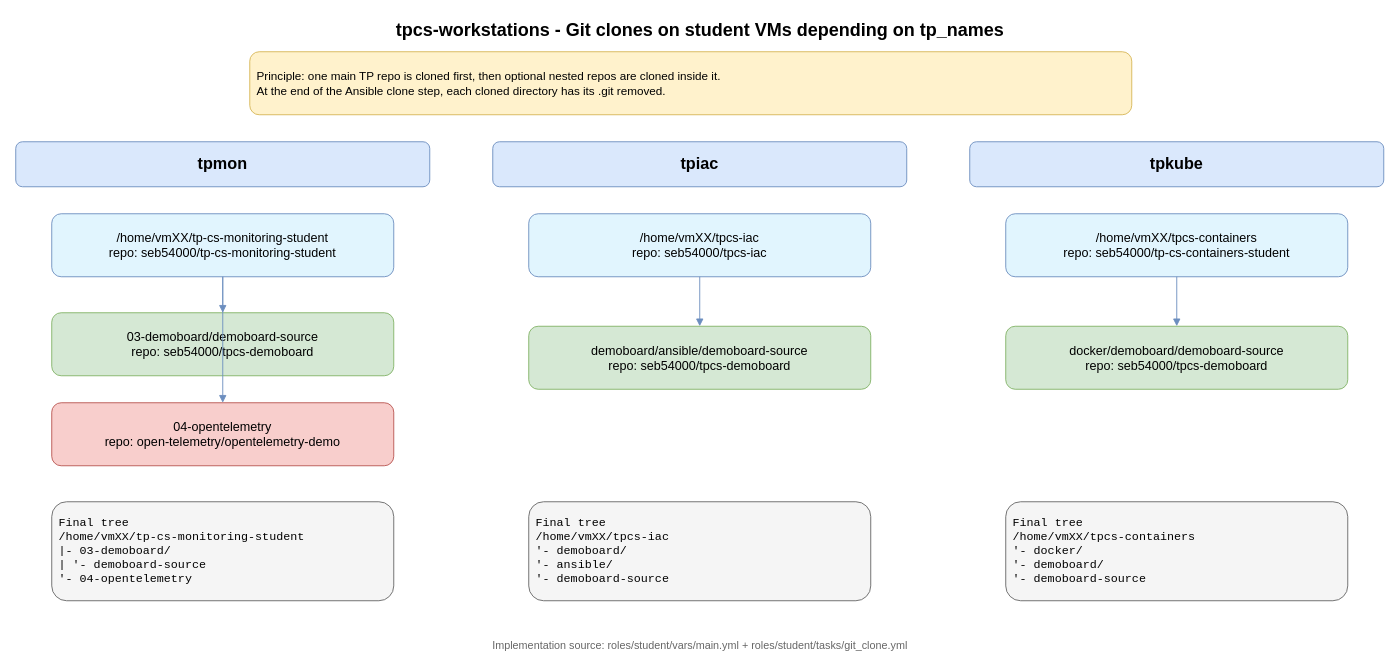
Above: git-clones-by-tp.drawio in seb54000/tpcs-workstations (draw.io), before the change. Source tidied: cells renumbered, new cells numbered last; positions are measured from the earlier drawing's top-left corner, leaving out a move shared by most shapes. Both pictures are drawn from the tidied source at 90%, with x=0, y=0 at pixel (15, 15).
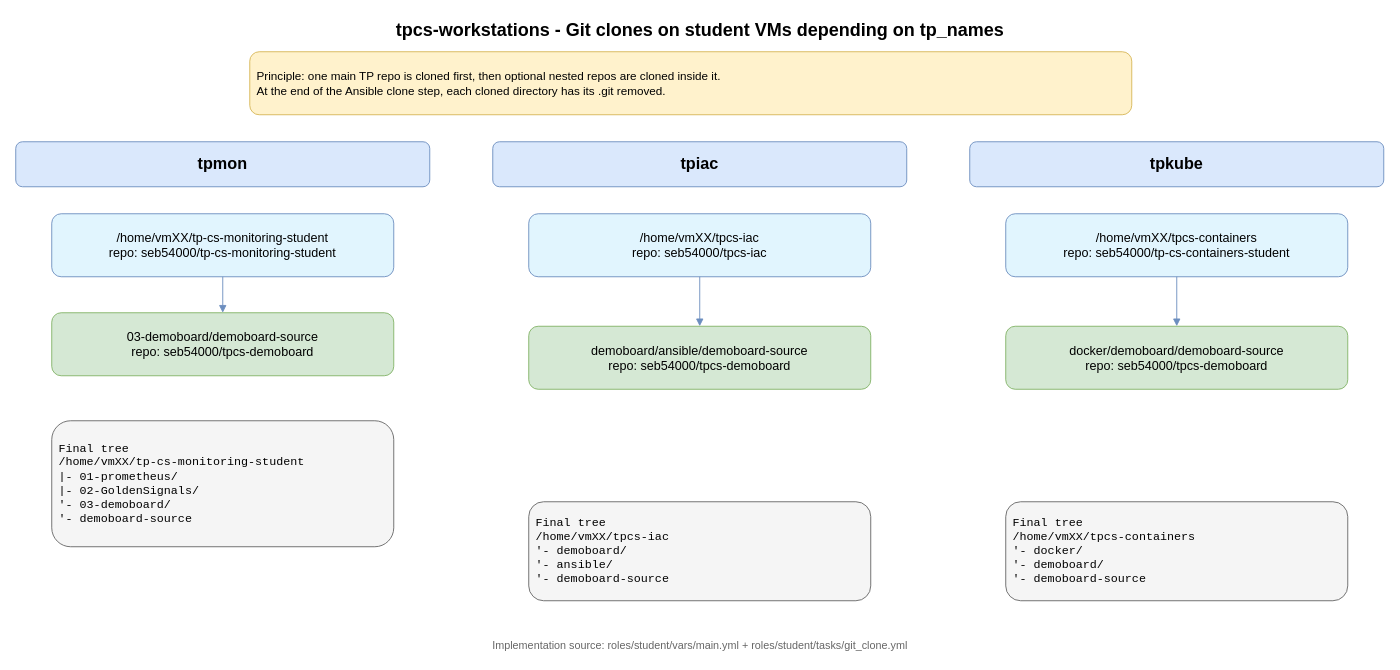
After the change.

Commit message (it also covers changes not shown here):
Configurer le workspace VS Code multi-TP au démarrage

Unchanged cells that the change refers to:
```xml
<mxCell id="5" value="/home/vmXX/tp-cs-monitoring-student&#10;repo: seb54000/tp-cs-monitoring-student" style="rounded=1;whiteSpace=wrap;html=1;fillColor=#e1f5fe;strokeColor=#6c8ebf;fontSize=14;spacing=8;" parent="1" vertex="1">
  <mxGeometry x="40" y="220" width="380" height="70" as="geometry" />
</mxCell>
```

What changed in the source:
```diff
@@
-    <mxCell id="7" value="04-opentelemetry&#10;repo: open-telemetry/opentelemetry-demo" style="rounded=1;whiteSpace=wrap;html=1;fillColor=#f8cecc;strokeColor=#b85450;fontSize=14;spacing=8;" parent="1" vertex="1">
-      <mxGeometry x="40" y="430" width="380" height="70" as="geometry" />
-    </mxCell>
-    <mxCell id="8" value="Final tree&#10;/home/vmXX/tp-cs-monitoring-student&#10;|- 03-demoboard/&#10;|  '- demoboard-source&#10;'- 04-opentelemetry" style="rounded=1;whiteSpace=wrap;html=1;fillColor=#f5f5f5;strokeColor=#666666;fontFamily=Courier New;fontSize=13;align=left;spacing=8;" parent="1" vertex="1">
-      <mxGeometry x="40" y="540" width="380" height="110" as="geometry" />
+    <mxCell id="8" value="Final tree&#10;/home/vmXX/tp-cs-monitoring-student&#10;|- 01-prometheus/&#10;|- 02-GoldenSignals/&#10;'- 03-demoboard/&#10;   '- demoboard-source" style="rounded=1;whiteSpace=wrap;html=1;fillColor=#f5f5f5;strokeColor=#666666;fontFamily=Courier New;fontSize=13;align=left;spacing=8;" parent="1" vertex="1">
+      <mxGeometry x="40" y="450" width="380" height="140" as="geometry" />
     </mxCell>
@@
-    <mxCell id="10" style="edgeStyle=orthogonalEdgeStyle;rounded=0;jettySize=auto;html=1;endArrow=block;endFill=1;strokeColor=#6c8ebf;" parent="1" edge="1" source="5" target="7">
-      <mxGeometry relative="1" as="geometry" />
-    </mxCell>
```
